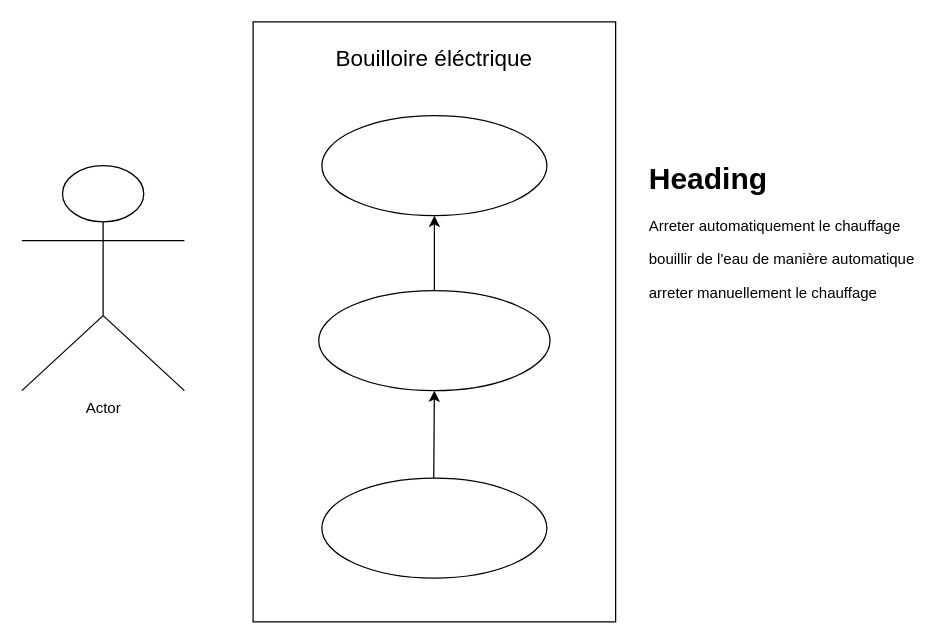
admsnd/Classeur_SI- keeps this draw.io diagram as Diagramme sans nom.drawio. Above is the earlier version. Source tidied: cells renumbered, new cells numbered last; positions are measured from the earlier drawing's top-left corner, leaving out a move shared by most shapes. Both pictures are drawn from the tidied source at 125%, with x=0, y=0 at pixel (21, 40).
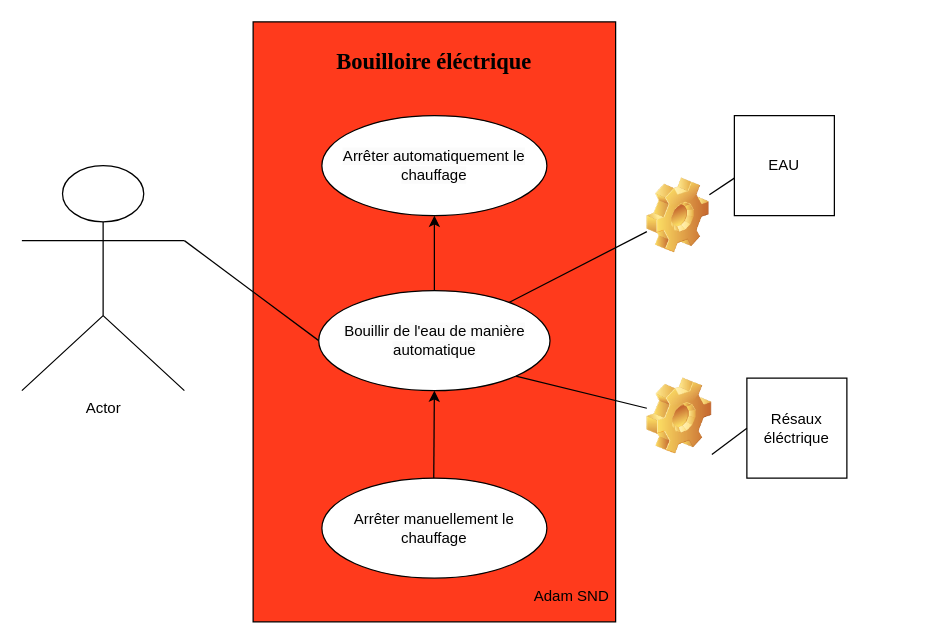
After the change.

Commit message (it also covers changes not shown here):
Mettre à jour Diagramme sans nom.drawio

Change to the diagram source:
```diff
@@
-    <mxCell id="3" style="rounded=0;whiteSpace=wrap;html=1;rotation=-90;" parent="1" vertex="1">
+    <mxCell id="3" style="rounded=0;whiteSpace=wrap;html=1;rotation=-90;fillColor=#FF3A1C;" parent="1" vertex="1">
       <mxGeometry x="90" y="80" width="480" height="290" as="geometry" />
     </mxCell>
-    <mxCell id="4" value="&lt;font style=&quot;font-size: 18px;&quot;&gt;Bouilloire éléctrique&lt;/font&gt;" style="text;html=1;align=center;verticalAlign=middle;whiteSpace=wrap;rounded=0;" parent="1" vertex="1">
+    <mxCell id="4" value="&lt;h1&gt;&lt;font face=&quot;Times New Roman&quot; style=&quot;font-size: 18px;&quot;&gt;Bouilloire éléctrique&lt;/font&gt;&lt;/h1&gt;" style="text;html=1;align=center;verticalAlign=middle;whiteSpace=wrap;rounded=0;" parent="1" vertex="1">
       <mxGeometry x="130" width="400" height="30" as="geometry" />
     </mxCell>
-    <mxCell id="5" style="ellipse;whiteSpace=wrap;html=1;" parent="1" vertex="1">
+    <mxCell id="5" value="&lt;br&gt;&lt;span style=&quot;color: rgb(0, 0, 0); font-family: Helvetica; font-size: 12px; font-style: normal; font-variant-ligatures: normal; font-variant-caps: normal; font-weight: 400; letter-spacing: normal; orphans: 2; text-align: left; text-indent: 0px; text-transform: none; widows: 2; word-spacing: 0px; -webkit-text-stroke-width: 0px; white-space: normal; background-color: rgb(251, 251, 251); text-decoration-thickness: initial; text-decoration-style: initial; text-decoration-color: initial; display: inline !important; float: none;&quot;&gt;Arrêter automatiquement le chauffage&lt;/span&gt;&lt;div&gt;&lt;br/&gt;&lt;/div&gt;" style="ellipse;whiteSpace=wrap;html=1;" parent="1" vertex="1">
       <mxGeometry x="240" y="60" width="180" height="80" as="geometry" />
     </mxCell>
-    <mxCell id="6" style="ellipse;whiteSpace=wrap;html=1;" parent="1" vertex="1">
+    <mxCell id="6" value="&lt;br&gt;&lt;span style=&quot;color: rgb(0, 0, 0); font-family: Helvetica; font-size: 12px; font-style: normal; font-variant-ligatures: normal; font-variant-caps: normal; font-weight: 400; letter-spacing: normal; orphans: 2; text-align: left; text-indent: 0px; text-transform: none; widows: 2; word-spacing: 0px; -webkit-text-stroke-width: 0px; white-space: normal; background-color: rgb(251, 251, 251); text-decoration-thickness: initial; text-decoration-style: initial; text-decoration-color: initial; display: inline !important; float: none;&quot;&gt;Arrêter manuellement le chauffage&lt;/span&gt;&lt;div&gt;&lt;br/&gt;&lt;/div&gt;" style="ellipse;whiteSpace=wrap;html=1;" parent="1" vertex="1">
       <mxGeometry x="240" y="350" width="180" height="80" as="geometry" />
     </mxCell>
-    <mxCell id="7" style="ellipse;whiteSpace=wrap;html=1;" parent="1" vertex="1">
+    <mxCell id="7" value="&lt;br&gt;&lt;span style=&quot;color: rgb(0, 0, 0); font-family: Helvetica; font-size: 12px; font-style: normal; font-variant-ligatures: normal; font-variant-caps: normal; font-weight: 400; letter-spacing: normal; orphans: 2; text-align: left; text-indent: 0px; text-transform: none; widows: 2; word-spacing: 0px; -webkit-text-stroke-width: 0px; white-space: normal; background-color: rgb(251, 251, 251); text-decoration-thickness: initial; text-decoration-style: initial; text-decoration-color: initial; display: inline !important; float: none;&quot;&gt;Bouillir de l'eau de manière automatique&lt;/span&gt;&lt;div&gt;&lt;br/&gt;&lt;/div&gt;" style="ellipse;whiteSpace=wrap;html=1;" parent="1" vertex="1">
       <mxGeometry x="237.5" y="200" width="185" height="80" as="geometry" />
     </mxCell>
@@
-    <mxCell id="10" value="&lt;h1 style=&quot;margin-top: 0px;&quot;&gt;Heading&lt;/h1&gt;&lt;p&gt;&lt;span style=&quot;background-color: initial;&quot;&gt;Arreter automatiquement le chauffage&lt;/span&gt;&amp;nbsp;&lt;/p&gt;&lt;p&gt;bouillir de l'eau de manière automatique&amp;nbsp;&lt;/p&gt;&lt;p&gt;arreter manuellement le chauffage&lt;/p&gt;" style="text;html=1;whiteSpace=wrap;overflow=hidden;rounded=0;" parent="1" vertex="1">
-      <mxGeometry x="500" y="90" width="220" height="220" as="geometry" />
-    </mxCell>
+    <mxCell id="11" style="endArrow=none;html=1;rounded=0;entryX=0;entryY=0.5;entryDx=0;entryDy=0;" parent="1" edge="1" target="7">
+      <mxGeometry relative="1" as="geometry">
+        <mxPoint x="130" y="160" as="sourcePoint" />
+      </mxGeometry>
+    </mxCell>
+    <mxCell id="12" value="EAU" style="whiteSpace=wrap;html=1;" parent="1" vertex="1">
+      <mxGeometry x="570" y="60" width="80" height="80" as="geometry" />
+    </mxCell>
+    <mxCell id="13" value="Résaux éléctrique" style="whiteSpace=wrap;html=1;" parent="1" vertex="1">
+      <mxGeometry x="580" y="270" width="80" height="80" as="geometry" />
+    </mxCell>
+    <mxCell id="14" value="Adam SND" style="text;html=1;align=center;verticalAlign=middle;whiteSpace=wrap;rounded=0;" parent="1" vertex="1">
+      <mxGeometry x="400" y="430" width="80" height="30" as="geometry" />
+    </mxCell>
+    <mxCell id="15" style="endArrow=none;html=1;rounded=0;" parent="1" edge="1" source="20">
+      <mxGeometry relative="1" as="geometry">
+        <mxPoint x="570" y="110" as="targetPoint" />
+      </mxGeometry>
+    </mxCell>
+    <mxCell id="16" style="endArrow=none;html=1;rounded=0;exitX=1;exitY=1;exitDx=0;exitDy=0;" parent="1" edge="1" source="18">
+      <mxGeometry relative="1" as="geometry">
+        <mxPoint x="580" y="310" as="targetPoint" />
+      </mxGeometry>
+    </mxCell>
+    <mxCell id="17" style="endArrow=none;html=1;rounded=0;exitX=1;exitY=1;exitDx=0;exitDy=0;" parent="1" edge="1" source="7" target="18">
+      <mxGeometry relative="1" as="geometry" />
+    </mxCell>
+    <mxCell id="18" style="shape=image;html=1;verticalLabelPosition=bottom;verticalAlign=top;imageAspect=1;image=img/clipart/Gear_128x128.png;" parent="1" vertex="1">
+      <mxGeometry x="500" y="270" width="52" height="61" as="geometry" />
+    </mxCell>
+    <mxCell id="19" style="endArrow=none;html=1;rounded=0;" parent="1" edge="1" source="7" target="20">
+      <mxGeometry relative="1" as="geometry" />
+    </mxCell>
+    <mxCell id="20" style="shape=image;html=1;verticalLabelPosition=bottom;verticalAlign=top;imageAspect=0;image=img/clipart/Gear_128x128.png;" parent="1" vertex="1">
+      <mxGeometry x="500" y="110" width="50" height="60" as="geometry" />
+    </mxCell>
```
